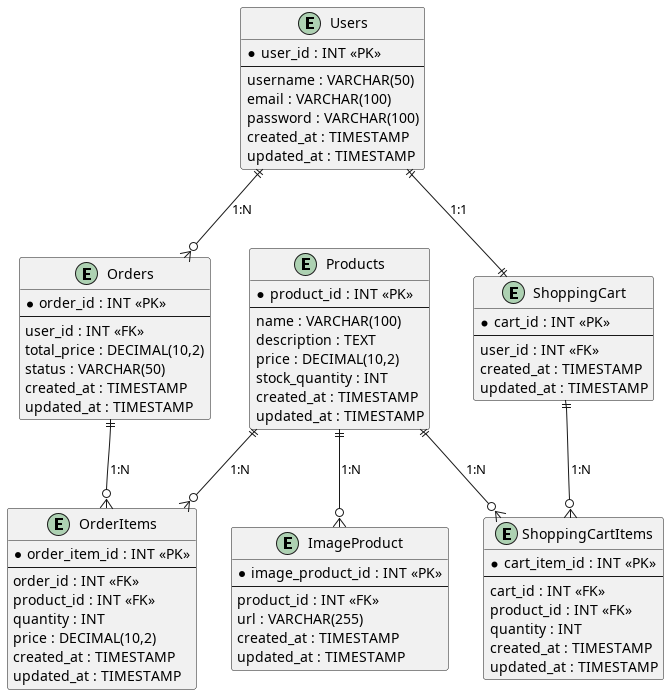
Above: backend-natura/out/db/Diagrama do E-commerce.png in jnerydesigner/natura-challenge (PlantUML), before the change.
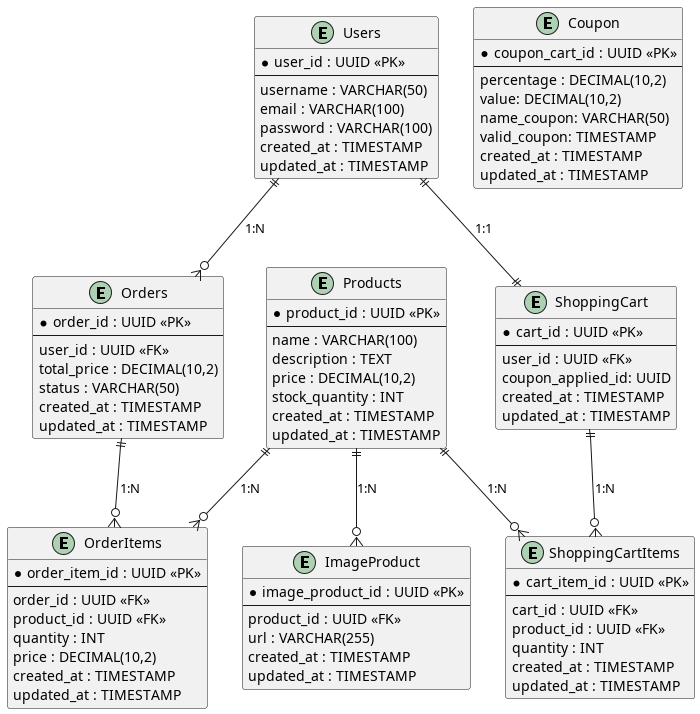
After the commit.

The edit, as a diff of the source:
```diff
@@ -1,6 +1,6 @@
 @startuml Diagrama do E-commerce
 entity "Users" as Users {
-    * user_id : INT <<PK>>
+    * user_id : UUID <<PK>>
     --
     username : VARCHAR(50)
     email : VARCHAR(100)
@@ -10,7 +10,7 @@
 }
 
 entity "Products" as Products {
-    * product_id : INT <<PK>>
+    * product_id : UUID <<PK>>
     --
     name : VARCHAR(100)
     description : TEXT
@@ -21,18 +21,18 @@
 }
 
 entity "ImageProduct" as ImageProduct {
-    * image_product_id : INT <<PK>>
+    * image_product_id : UUID <<PK>>
     --
-    product_id : INT <<FK>>
+    product_id : UUID <<FK>>
     url : VARCHAR(255)
     created_at : TIMESTAMP
     updated_at : TIMESTAMP
 }
 
 entity "Orders" as Orders {
-    * order_id : INT <<PK>>
+    * order_id : UUID <<PK>>
     --
-    user_id : INT <<FK>>
+    user_id : UUID <<FK>>
     total_price : DECIMAL(10,2)
     status : VARCHAR(50)
     created_at : TIMESTAMP
@@ -40,10 +40,10 @@
 }
 
 entity "OrderItems" as OrderItems {
-    * order_item_id : INT <<PK>>
+    * order_item_id : UUID <<PK>>
     --
-    order_id : INT <<FK>>
-    product_id : INT <<FK>>
+    order_id : UUID <<FK>>
+    product_id : UUID <<FK>>
     quantity : INT
     price : DECIMAL(10,2)
     created_at : TIMESTAMP
@@ -51,19 +51,31 @@
 }
 
 entity "ShoppingCart" as ShoppingCart {
-    * cart_id : INT <<PK>>
+    * cart_id : UUID <<PK>>
     --
-    user_id : INT <<FK>>
+    user_id : UUID <<FK>>
+    coupon_applied_id: UUID
     created_at : TIMESTAMP
     updated_at : TIMESTAMP
 }
 
 entity "ShoppingCartItems" as ShoppingCartItems {
-    * cart_item_id : INT <<PK>>
+    * cart_item_id : UUID <<PK>>
     --
-    cart_id : INT <<FK>>
-    product_id : INT <<FK>>
+    cart_id : UUID <<FK>>
+    product_id : UUID <<FK>>
     quantity : INT
+    created_at : TIMESTAMP
+    updated_at : TIMESTAMP
+}
+
+entity "Coupon" as Coupon {
+    * coupon_cart_id : UUID <<PK>>
+    --
+    percentage : DECIMAL(10,2)
+    value: DECIMAL(10,2)
+    name_coupon: VARCHAR(50)
+    valid_coupon: TIMESTAMP
     created_at : TIMESTAMP
     updated_at : TIMESTAMP
 }
```
